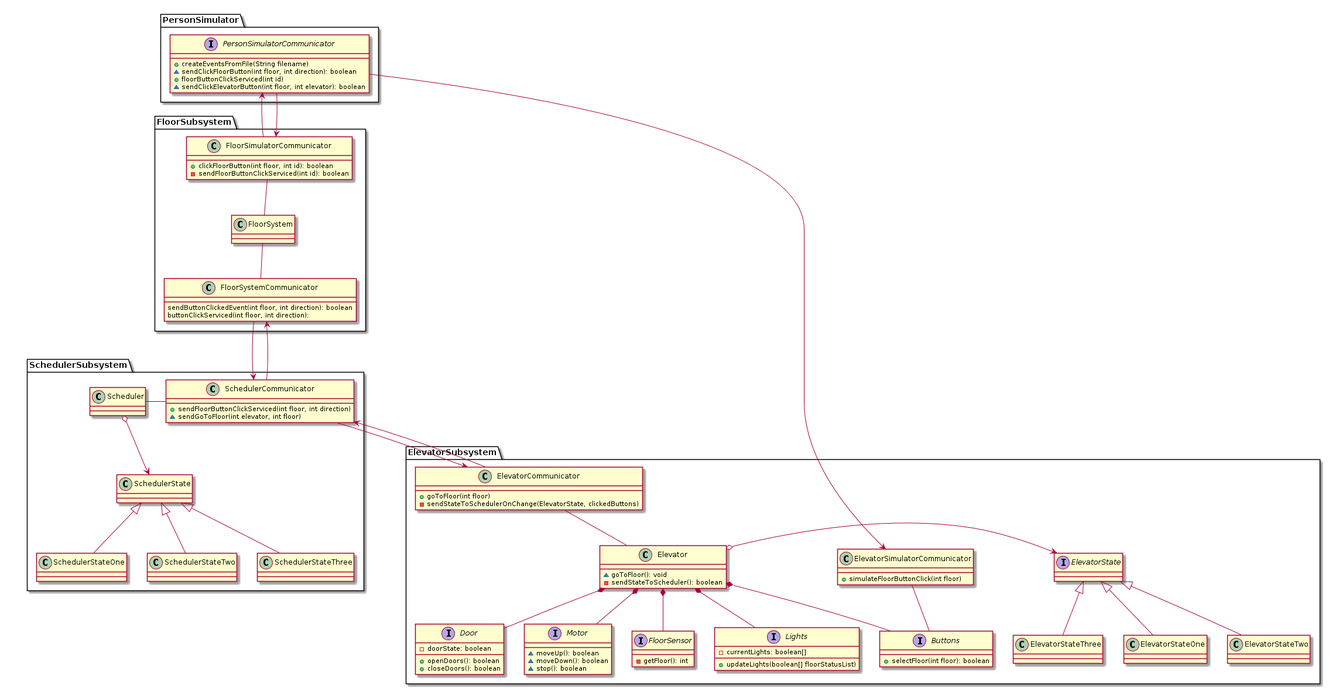
The PlantUML diagram doc/diagrams/ClassDiagram.png in JoshuaSFryer/3303-L4G5, before a commit.
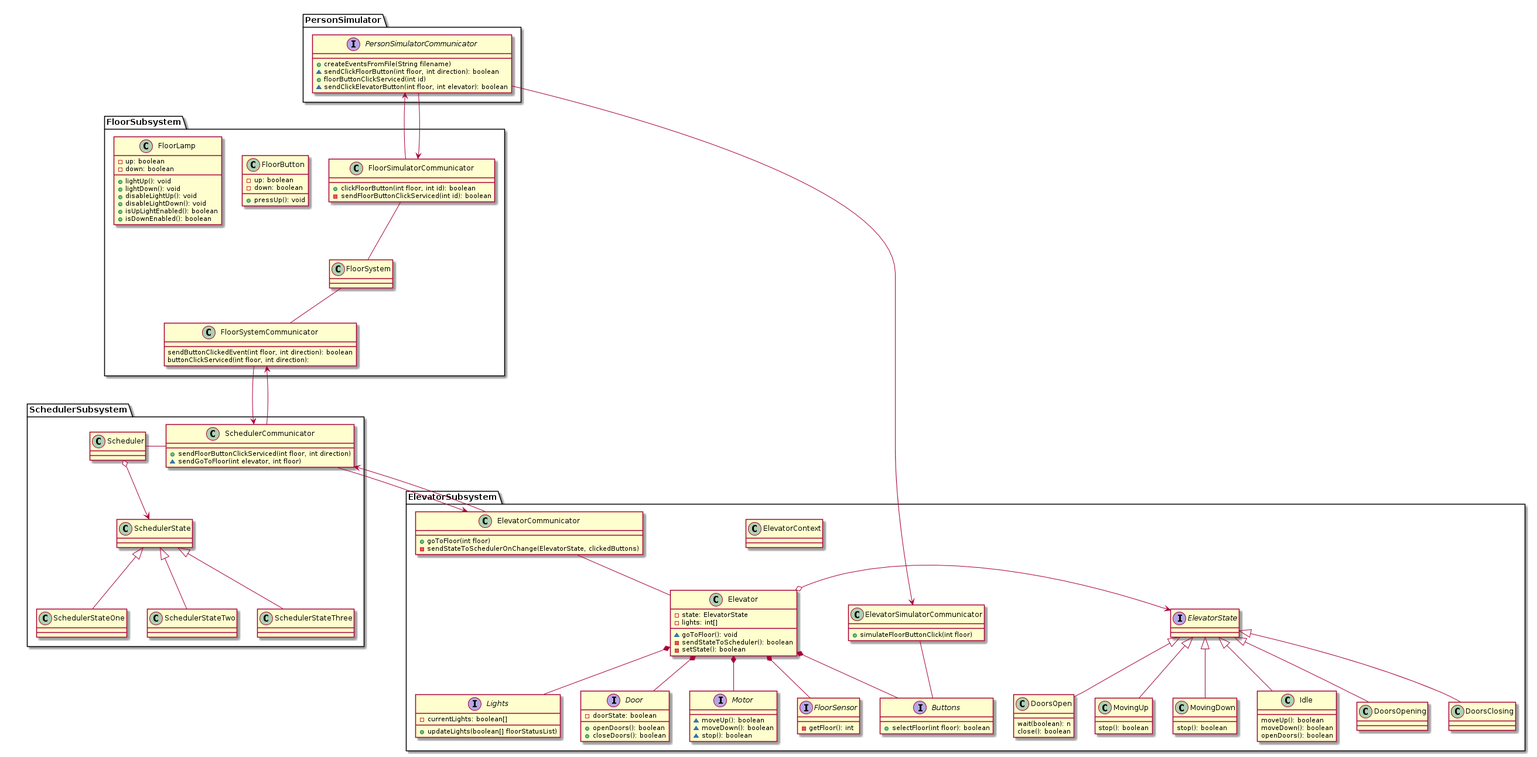
After the change.

Commit message:
Update a ton of class diagrams

Change to the diagram source:
```diff
@@ -29,14 +29,38 @@
 together {
 package ElevatorSubsystem{
   class Elevator{
+    - state: ElevatorState
+    - lights: int[]
     ~ goToFloor(): void
     - sendStateToScheduler(): boolean
+    - setState(): boolean
   }
 
-  interface ElevatorState
-  class ElevatorStateOne
-  class ElevatorStateTwo
-  class ElevatorStateThree
+  class ElevatorContext{
+  }
+
+  interface ElevatorState{
+  }
+
+  class MovingUp{
+    stop(): boolean
+  }
+  class MovingDown{
+    stop(): boolean
+  }
+  class Idle{
+    moveUp(): boolean
+    moveDown(): boolean
+    openDoors(): boolean
+  }
+  class DoorsOpening{
+  }
+  class DoorsClosing{
+  }
+  class DoorsOpen{
+    wait(boolean): n
+    close(): boolean
+  }
 
   interface Buttons{
     + selectFloor(int floor): boolean
@@ -79,9 +103,12 @@
   ElevatorCommunicator -- Elevator
 
 
-  ElevatorState <|-down- ElevatorStateOne
-  ElevatorState <|-down- ElevatorStateTwo
-  ElevatorState <|-down- ElevatorStateThree
+  ElevatorState <|-down- MovingUp
+  ElevatorState <|-down- MovingDown
+  ElevatorState <|-down- Idle
+  ElevatorState <|-down- DoorsClosing
+  ElevatorState <|-down- DoorsOpening
+  ElevatorState <|-down- DoorsOpen
 }
 }
 
@@ -96,6 +123,23 @@
   class FloorSimulatorCommunicator{
     + clickFloorButton(int floor, int id): boolean
     - sendFloorButtonClickServiced(int id): boolean
+  }
+
+  class FloorButton{
+    - up: boolean
+    - down: boolean
+    + pressUp(): void
+  }
+  class FloorLamp{
+    - up: boolean
+    - down: boolean
+    + lightUp(): void
+    + lightDown(): void
+    + disableLightUp(): void
+    + disableLightDown(): void
+    + isUpLightEnabled(): boolean
+    + isDownEnabled(): boolean
+
   }
 
 
```
